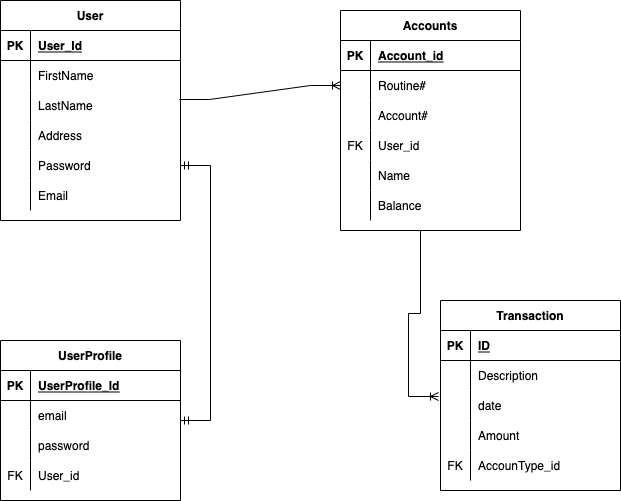
Above: banking app.drawio.png in EricBrown589/unit-2-project (draw.io), before the change. Source tidied: cells renumbered, new cells last; positions are measured from the earlier drawing's top-left corner, leaving out a move shared by most shapes.
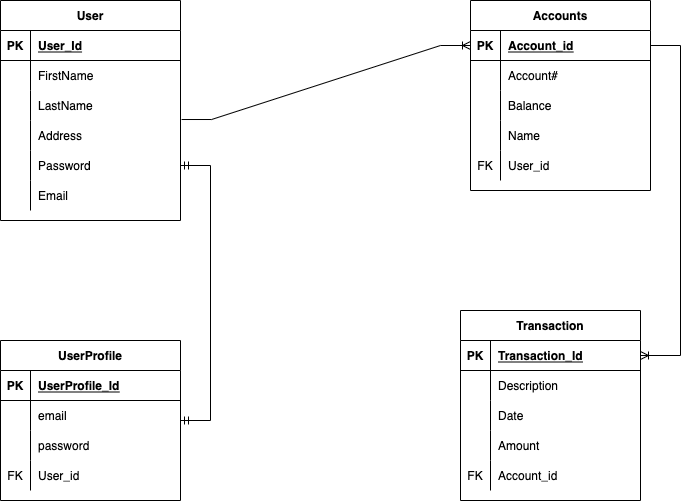
Above is the later version.

Change to the diagram source:
```diff
@@ -60,7 +60,7 @@
       <mxGeometry x="30" width="150" height="30" as="geometry" />
     </mxCell>
     <mxCell id="21" value="Accounts" style="shape=table;startSize=30;rowLines=0;fontStyle=1;align=center;" parent="1" vertex="1">
-      <mxGeometry x="340" y="10" width="180" height="220" as="geometry" />
+      <mxGeometry x="470" width="180" height="190" as="geometry" />
     </mxCell>
     <mxCell id="22" style="shape=partialRectangle;fillColor=none;top=0;left=0;bottom=1;right=0;points=[[0,0.5],[1,0.5]];portConstraint=eastwest;" parent="21" vertex="1">
       <mxGeometry y="30" width="180" height="30" as="geometry" />
@@ -71,17 +71,8 @@
     <mxCell id="24" value="Account_id" style="shape=partialRectangle;fillColor=none;top=0;left=0;bottom=0;right=0;align=left;spacingLeft=6;fontStyle=5;overflow=hidden;" parent="22" vertex="1">
       <mxGeometry x="30" width="150" height="30" as="geometry" />
     </mxCell>
-    <mxCell id="25" style="shape=partialRectangle;fillColor=none;top=0;left=0;bottom=0;right=0;points=[[0,0.5],[1,0.5]];portConstraint=eastwest;" parent="21" vertex="1">
-      <mxGeometry y="60" width="180" height="30" as="geometry" />
-    </mxCell>
-    <mxCell id="26" style="shape=partialRectangle;fillColor=none;top=0;left=0;bottom=0;right=0;overflow=hidden;" parent="25" vertex="1">
-      <mxGeometry width="30" height="30" as="geometry" />
-    </mxCell>
-    <mxCell id="27" value="Routine#" style="shape=partialRectangle;fillColor=none;top=0;left=0;bottom=0;right=0;align=left;spacingLeft=6;overflow=hidden;" parent="25" vertex="1">
-      <mxGeometry x="30" width="150" height="30" as="geometry" />
-    </mxCell>
     <mxCell id="28" style="shape=partialRectangle;fillColor=none;top=0;left=0;bottom=0;right=0;" parent="21" vertex="1">
-      <mxGeometry y="90" width="180" height="30" as="geometry" />
+      <mxGeometry y="60" width="180" height="30" as="geometry" />
     </mxCell>
     <mxCell id="29" style="shape=partialRectangle;fillColor=none;top=0;left=0;bottom=0;right=0;overflow=hidden;" parent="28" vertex="1">
       <mxGeometry width="30" height="30" as="geometry" />
@@ -89,8 +80,26 @@
     <mxCell id="30" value="Account#" style="shape=partialRectangle;fillColor=none;top=0;left=0;bottom=0;right=0;align=left;spacingLeft=6;overflow=hidden;" parent="28" vertex="1">
       <mxGeometry x="30" width="150" height="30" as="geometry" />
     </mxCell>
+    <mxCell id="37" style="shape=partialRectangle;fillColor=none;top=0;left=0;bottom=0;right=0;" parent="21" vertex="1">
+      <mxGeometry y="90" width="180" height="30" as="geometry" />
+    </mxCell>
+    <mxCell id="38" style="shape=partialRectangle;fillColor=none;top=0;left=0;bottom=0;right=0;overflow=hidden;" parent="37" vertex="1">
+      <mxGeometry width="30" height="30" as="geometry" />
+    </mxCell>
+    <mxCell id="39" value="Balance" style="shape=partialRectangle;fillColor=none;top=0;left=0;bottom=0;right=0;align=left;spacingLeft=6;overflow=hidden;" parent="37" vertex="1">
+      <mxGeometry x="30" width="150" height="30" as="geometry" />
+    </mxCell>
+    <mxCell id="34" style="shape=partialRectangle;fillColor=none;top=0;left=0;bottom=0;right=0;" parent="21" vertex="1">
+      <mxGeometry y="120" width="180" height="30" as="geometry" />
+    </mxCell>
+    <mxCell id="35" style="shape=partialRectangle;fillColor=none;top=0;left=0;bottom=0;right=0;overflow=hidden;" parent="34" vertex="1">
+      <mxGeometry width="30" height="30" as="geometry" />
+    </mxCell>
+    <mxCell id="36" value="Name" style="shape=partialRectangle;fillColor=none;top=0;left=0;bottom=0;right=0;align=left;spacingLeft=6;overflow=hidden;" parent="34" vertex="1">
+      <mxGeometry x="30" width="150" height="30" as="geometry" />
+    </mxCell>
     <mxCell id="31" style="shape=partialRectangle;fillColor=none;top=0;left=0;bottom=0;right=0;" parent="21" vertex="1">
-      <mxGeometry y="120" width="180" height="30" as="geometry" />
+      <mxGeometry y="150" width="180" height="30" as="geometry" />
     </mxCell>
     <mxCell id="32" value="FK" style="shape=partialRectangle;fillColor=none;top=0;left=0;bottom=0;right=0;overflow=hidden;" parent="31" vertex="1">
       <mxGeometry width="30" height="30" as="geometry" />
@@ -98,29 +107,11 @@
     <mxCell id="33" value="User_id" style="shape=partialRectangle;fillColor=none;top=0;left=0;bottom=0;right=0;align=left;spacingLeft=6;overflow=hidden;" parent="31" vertex="1">
       <mxGeometry x="30" width="150" height="30" as="geometry" />
     </mxCell>
-    <mxCell id="34" style="shape=partialRectangle;fillColor=none;top=0;left=0;bottom=0;right=0;" parent="21" vertex="1">
-      <mxGeometry y="150" width="180" height="30" as="geometry" />
-    </mxCell>
-    <mxCell id="35" style="shape=partialRectangle;fillColor=none;top=0;left=0;bottom=0;right=0;overflow=hidden;" parent="34" vertex="1">
-      <mxGeometry width="30" height="30" as="geometry" />
-    </mxCell>
-    <mxCell id="36" value="Name" style="shape=partialRectangle;fillColor=none;top=0;left=0;bottom=0;right=0;align=left;spacingLeft=6;overflow=hidden;" parent="34" vertex="1">
-      <mxGeometry x="30" width="150" height="30" as="geometry" />
-    </mxCell>
-    <mxCell id="37" style="shape=partialRectangle;fillColor=none;top=0;left=0;bottom=0;right=0;" parent="21" vertex="1">
-      <mxGeometry y="180" width="180" height="30" as="geometry" />
-    </mxCell>
-    <mxCell id="38" style="shape=partialRectangle;fillColor=none;top=0;left=0;bottom=0;right=0;overflow=hidden;" parent="37" vertex="1">
-      <mxGeometry width="30" height="30" as="geometry" />
-    </mxCell>
-    <mxCell id="39" value="Balance" style="shape=partialRectangle;fillColor=none;top=0;left=0;bottom=0;right=0;align=left;spacingLeft=6;overflow=hidden;" parent="37" vertex="1">
-      <mxGeometry x="30" width="150" height="30" as="geometry" />
-    </mxCell>
-    <mxCell id="40" style="edgeStyle=entityRelationEdgeStyle;fontSize=12;html=1;endArrow=ERoneToMany;rounded=0;exitX=0.994;exitY=0.3;exitDx=0;exitDy=0;exitPerimeter=0;entryX=0;entryY=0.5;entryDx=0;entryDy=0;" parent="1" edge="1" source="9" target="25">
+    <mxCell id="40" style="edgeStyle=entityRelationEdgeStyle;fontSize=12;html=1;endArrow=ERoneToMany;rounded=0;exitX=1.006;exitY=0.967;exitDx=0;exitDy=0;exitPerimeter=0;entryX=0;entryY=0.5;entryDx=0;entryDy=0;" parent="1" edge="1" source="9" target="22">
       <mxGeometry relative="1" as="geometry" />
     </mxCell>
     <mxCell id="41" value="Transaction" style="shape=table;startSize=30;rowLines=0;fontStyle=1;align=center;" parent="1" vertex="1">
-      <mxGeometry x="440" y="300" width="180" height="190" as="geometry" />
+      <mxGeometry x="460" y="310" width="180" height="190" as="geometry" />
     </mxCell>
     <mxCell id="42" style="shape=partialRectangle;fillColor=none;top=0;left=0;bottom=1;right=0;points=[[0,0.5],[1,0.5]];portConstraint=eastwest;" parent="41" vertex="1">
       <mxGeometry y="30" width="180" height="30" as="geometry" />
@@ -128,7 +119,7 @@
     <mxCell id="43" value="PK" style="shape=partialRectangle;fillColor=none;top=0;left=0;bottom=0;right=0;fontStyle=1;overflow=hidden;" parent="42" vertex="1">
       <mxGeometry width="30" height="30" as="geometry" />
     </mxCell>
-    <mxCell id="44" value="ID" style="shape=partialRectangle;fillColor=none;top=0;left=0;bottom=0;right=0;align=left;spacingLeft=6;fontStyle=5;overflow=hidden;" parent="42" vertex="1">
+    <mxCell id="44" value="Transaction_Id" style="shape=partialRectangle;fillColor=none;top=0;left=0;bottom=0;right=0;align=left;spacingLeft=6;fontStyle=5;overflow=hidden;" parent="42" vertex="1">
       <mxGeometry x="30" width="150" height="30" as="geometry" />
     </mxCell>
     <mxCell id="45" style="shape=partialRectangle;fillColor=none;top=0;left=0;bottom=0;right=0;" parent="41" vertex="1">
@@ -146,7 +137,7 @@
     <mxCell id="49" style="shape=partialRectangle;fillColor=none;top=0;left=0;bottom=0;right=0;overflow=hidden;" parent="48" vertex="1">
       <mxGeometry width="30" height="30" as="geometry" />
     </mxCell>
-    <mxCell id="50" value="date" style="shape=partialRectangle;fillColor=none;top=0;left=0;bottom=0;right=0;align=left;spacingLeft=6;overflow=hidden;" parent="48" vertex="1">
+    <mxCell id="50" value="Date" style="shape=partialRectangle;fillColor=none;top=0;left=0;bottom=0;right=0;align=left;spacingLeft=6;overflow=hidden;" parent="48" vertex="1">
       <mxGeometry x="30" width="150" height="30" as="geometry" />
     </mxCell>
     <mxCell id="51" style="shape=partialRectangle;fillColor=none;top=0;left=0;bottom=0;right=0;" parent="41" vertex="1">
@@ -164,7 +155,7 @@
     <mxCell id="55" value="FK" style="shape=partialRectangle;fillColor=none;top=0;left=0;bottom=0;right=0;overflow=hidden;" parent="54" vertex="1">
       <mxGeometry width="30" height="30" as="geometry" />
     </mxCell>
-    <mxCell id="56" value="AccounType_id" style="shape=partialRectangle;fillColor=none;top=0;left=0;bottom=0;right=0;align=left;spacingLeft=6;overflow=hidden;" parent="54" vertex="1">
+    <mxCell id="56" value="Account_id" style="shape=partialRectangle;fillColor=none;top=0;left=0;bottom=0;right=0;align=left;spacingLeft=6;overflow=hidden;" parent="54" vertex="1">
       <mxGeometry x="30" width="150" height="30" as="geometry" />
     </mxCell>
     <mxCell id="57" value="UserProfile" style="shape=table;startSize=30;rowLines=0;fontStyle=1;align=center;" parent="1" vertex="1">
@@ -209,10 +200,8 @@
     <mxCell id="70" style="edgeStyle=entityRelationEdgeStyle;fontSize=12;html=1;endArrow=ERmandOne;startArrow=ERmandOne;rounded=0;entryX=1;entryY=0.5;entryDx=0;entryDy=0;" parent="1" edge="1" source="57" target="15">
       <mxGeometry relative="1" as="geometry" />
     </mxCell>
-    <mxCell id="71" style="edgeStyle=entityRelationEdgeStyle;fontSize=12;html=1;endArrow=ERoneToMany;rounded=0;entryX=-0.011;entryY=0.2;entryDx=0;entryDy=0;entryPerimeter=0;" parent="1" edge="1" target="48">
-      <mxGeometry relative="1" as="geometry">
-        <mxPoint x="390" y="230" as="sourcePoint" />
-      </mxGeometry>
+    <mxCell id="71" style="edgeStyle=entityRelationEdgeStyle;fontSize=12;html=1;endArrow=ERoneToMany;rounded=0;" parent="1" edge="1" source="22" target="42">
+      <mxGeometry relative="1" as="geometry" />
     </mxCell>
   </root>
 </mxGraphModel>
```
